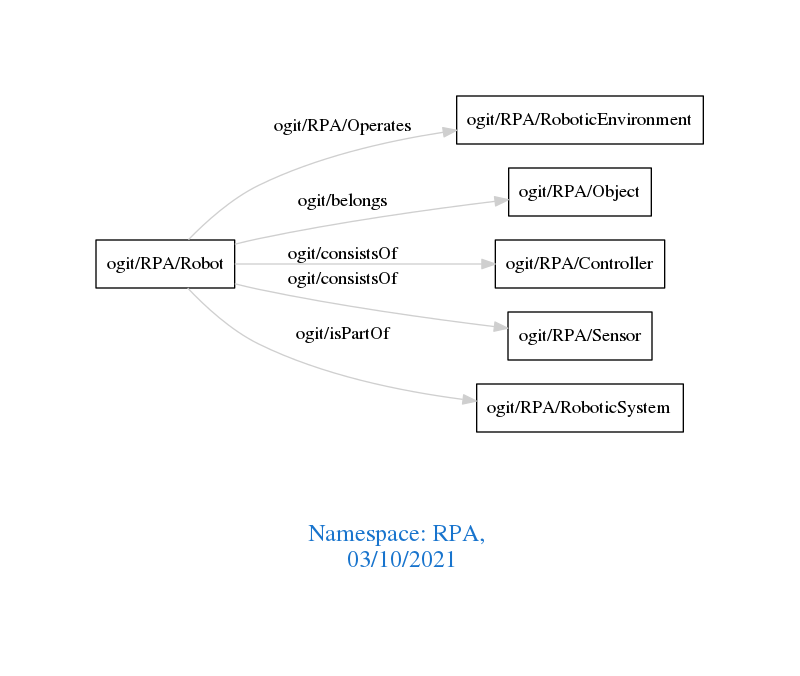
Earlier version of the Graphviz export downloads/RPA.png (arago/OGIT). Its source is kept beside it as downloads/RPA.dot.
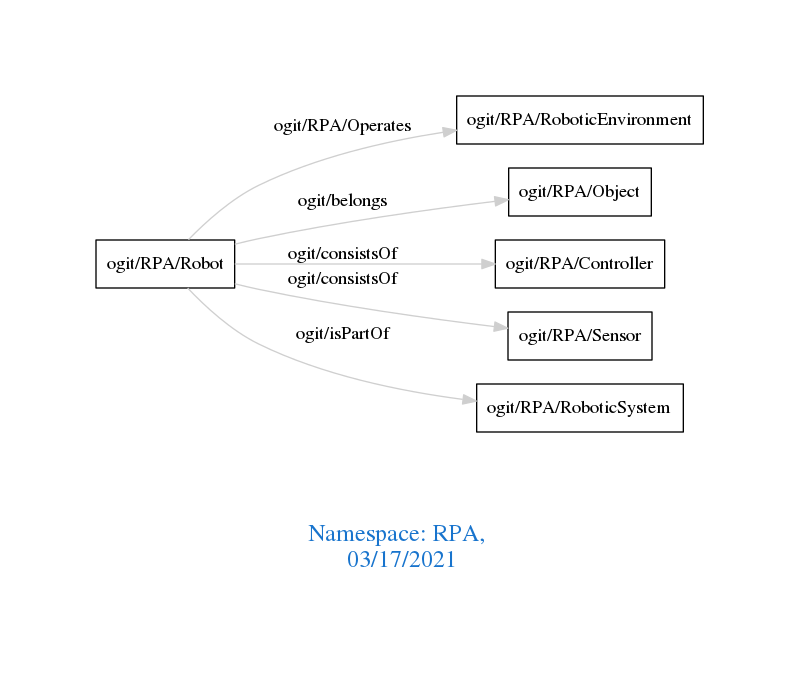
The same file after the commit.

The edit, as a diff of the source:
```diff
@@ -1,7 +1,7 @@
 digraph OGIT_ontology {
  graph [ rankdir= LR,pad=1
 fontsize = 18,
-fontcolor= dodgerblue3,label = "\n\n\nNamespace: RPA, \n 03/10/2021"];
+fontcolor= dodgerblue3,label = "\n\n\nNamespace: RPA, \n 03/17/2021"];
 node[shape=polygon];
 edge [  color="gray81"];
 
```
